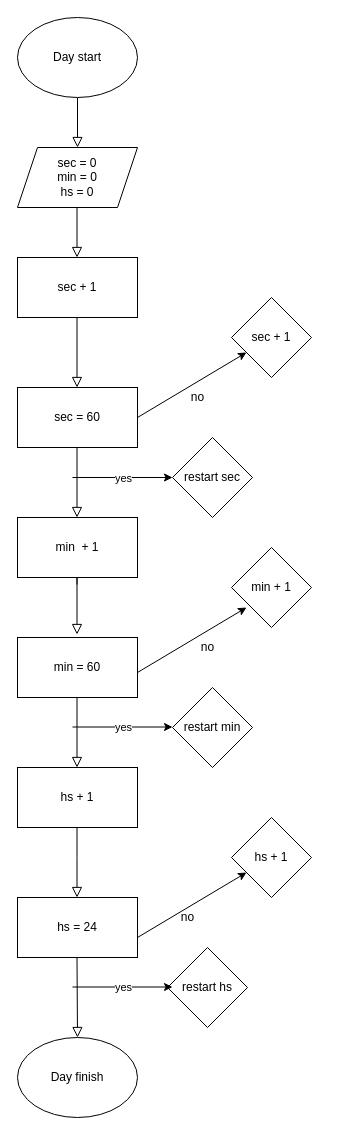
Earlier version of the draw.io diagram Untitled Diagram.drawio (laloponce07/perosnalProjects). Source tidied: cells renumbered, new cells numbered last; positions are measured from the earlier drawing's top-left corner, leaving out a move shared by most shapes. Both pictures are drawn from the tidied source at 100%, with x=0, y=0 at pixel (17, 17).
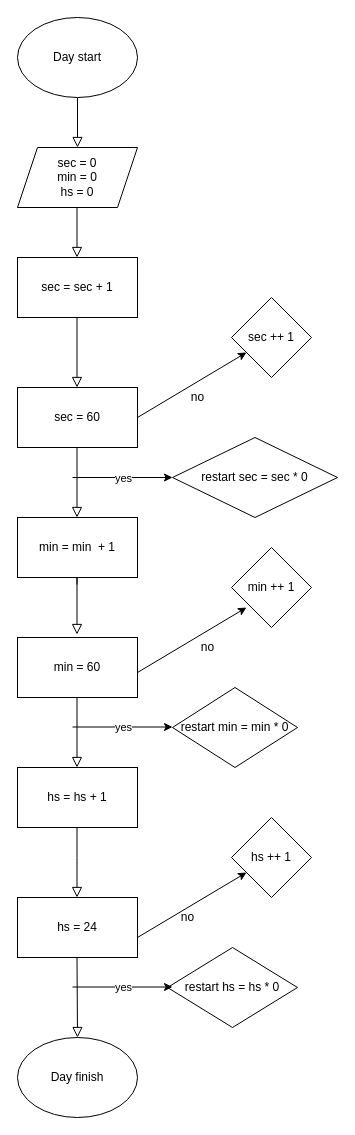
The same diagram, later.

The edit, as a diff of the source:
```diff
@@
-    <mxCell id="7" value="sec + 1" style="rounded=0;whiteSpace=wrap;html=1;" parent="1" vertex="1">
+    <mxCell id="7" value="sec = sec + 1" style="rounded=0;whiteSpace=wrap;html=1;" parent="1" vertex="1">
       <mxGeometry y="240" width="120" height="60" as="geometry" />
     </mxCell>
@@
-    <mxCell id="9" value="min&amp;nbsp; + 1" style="rounded=0;whiteSpace=wrap;html=1;" parent="1" vertex="1">
+    <mxCell id="9" value="min = min&amp;nbsp; + 1" style="rounded=0;whiteSpace=wrap;html=1;" parent="1" vertex="1">
       <mxGeometry y="500" width="120" height="60" as="geometry" />
     </mxCell>
@@
-    <mxCell id="13" value="hs + 1" style="rounded=0;whiteSpace=wrap;html=1;" parent="1" vertex="1">
+    <mxCell id="13" value="hs = hs + 1" style="rounded=0;whiteSpace=wrap;html=1;" parent="1" vertex="1">
       <mxGeometry y="750" width="120" height="60" as="geometry" />
     </mxCell>
@@
-    <mxCell id="20" value="sec + 1" style="rhombus;whiteSpace=wrap;html=1;" parent="1" vertex="1">
+    <mxCell id="20" value="sec ++ 1" style="rhombus;whiteSpace=wrap;html=1;" parent="1" vertex="1">
       <mxGeometry x="214" y="280" width="80" height="80" as="geometry" />
     </mxCell>
@@
-    <mxCell id="22" value="min + 1" style="rhombus;whiteSpace=wrap;html=1;" parent="1" vertex="1">
+    <mxCell id="22" value="min ++ 1" style="rhombus;whiteSpace=wrap;html=1;" parent="1" vertex="1">
       <mxGeometry x="214" y="530" width="80" height="80" as="geometry" />
     </mxCell>
-    <mxCell id="23" value="hs + 1" style="rhombus;whiteSpace=wrap;html=1;" parent="1" vertex="1">
+    <mxCell id="23" value="hs ++ 1" style="rhombus;whiteSpace=wrap;html=1;" parent="1" vertex="1">
       <mxGeometry x="214" y="800" width="80" height="80" as="geometry" />
     </mxCell>
@@
-    <mxCell id="28" value="restart hs" style="rhombus;whiteSpace=wrap;html=1;" parent="1" vertex="1">
-      <mxGeometry x="150" y="930" width="80" height="80" as="geometry" />
+    <mxCell id="28" value="restart hs = hs * 0" style="rhombus;whiteSpace=wrap;html=1;" parent="1" vertex="1">
+      <mxGeometry x="150" y="930" width="130" height="80" as="geometry" />
     </mxCell>
-    <mxCell id="29" value="restart min" style="rhombus;whiteSpace=wrap;html=1;" parent="1" vertex="1">
-      <mxGeometry x="155" y="670" width="80" height="80" as="geometry" />
+    <mxCell id="29" value="restart min = min * 0" style="rhombus;whiteSpace=wrap;html=1;" parent="1" vertex="1">
+      <mxGeometry x="155" y="670" width="125" height="80" as="geometry" />
     </mxCell>
-    <mxCell id="30" value="restart sec" style="rhombus;whiteSpace=wrap;html=1;" parent="1" vertex="1">
-      <mxGeometry x="155" y="420" width="80" height="80" as="geometry" />
+    <mxCell id="30" value="restart sec = sec * 0" style="rhombus;whiteSpace=wrap;html=1;" parent="1" vertex="1">
+      <mxGeometry x="155" y="420" width="165" height="80" as="geometry" />
     </mxCell>
```
